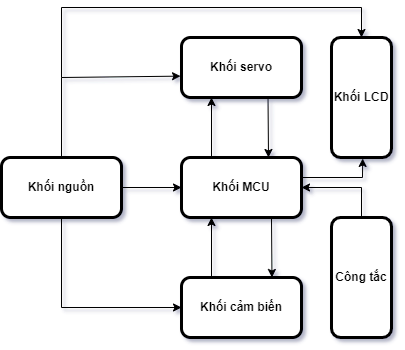
lequangthinhhaui/doAn2022 keeps this draw.io diagram as Nguyen_Van_Tra_2018605649/Quyen_bao_cao/draw_io/sodokhoi.drawio.png. Above is the earlier version. Source tidied: cells renumbered, new cells last; positions are measured from the earlier drawing's top-left corner, leaving out a move shared by most shapes. The source it was exported from:
```xml
<mxGraphModel>
  <root>
    <mxCell id="0" />
    <mxCell id="1" parent="0" />
    <mxCell id="2" value="Khối nguồn" style="rounded=1;whiteSpace=wrap;html=1;strokeWidth=3;fontStyle=1;" parent="1" vertex="1">
      <mxGeometry y="150" width="120" height="60" as="geometry" />
    </mxCell>
    <mxCell id="3" value="Khối servo" style="rounded=1;whiteSpace=wrap;html=1;strokeWidth=3;fontStyle=1;" parent="1" vertex="1">
      <mxGeometry x="180" y="30" width="120" height="60" as="geometry" />
    </mxCell>
    <mxCell id="4" value="Khối MCU" style="rounded=1;whiteSpace=wrap;html=1;strokeWidth=3;fontStyle=1;" parent="1" vertex="1">
      <mxGeometry x="180" y="150" width="120" height="60" as="geometry" />
    </mxCell>
    <mxCell id="5" value="Khối cảm biến" style="rounded=1;whiteSpace=wrap;html=1;strokeWidth=3;fontStyle=1;" parent="1" vertex="1">
      <mxGeometry x="180" y="270" width="120" height="60" as="geometry" />
    </mxCell>
    <mxCell id="6" style="endArrow=classic;html=1;rounded=0;entryX=0;entryY=0.5;entryDx=0;entryDy=0;" parent="1" edge="1" target="4">
      <mxGeometry relative="1" as="geometry">
        <mxPoint x="120" y="180" as="sourcePoint" />
      </mxGeometry>
    </mxCell>
    <mxCell id="7" style="endArrow=none;html=1;rounded=0;" parent="1" edge="1">
      <mxGeometry relative="1" as="geometry">
        <mxPoint x="60" y="300" as="sourcePoint" />
        <mxPoint x="60" y="210" as="targetPoint" />
      </mxGeometry>
    </mxCell>
    <mxCell id="8" style="endArrow=classic;html=1;rounded=0;entryX=0;entryY=0.5;entryDx=0;entryDy=0;" parent="1" edge="1" target="5">
      <mxGeometry relative="1" as="geometry">
        <mxPoint x="60" y="300" as="sourcePoint" />
      </mxGeometry>
    </mxCell>
    <mxCell id="9" style="endArrow=classic;html=1;rounded=0;entryX=-0.008;entryY=0.644;entryDx=0;entryDy=0;entryPerimeter=0;" parent="1" edge="1" target="3">
      <mxGeometry relative="1" as="geometry">
        <mxPoint x="60" y="70" as="sourcePoint" />
      </mxGeometry>
    </mxCell>
    <mxCell id="10" style="endArrow=none;html=1;rounded=0;" parent="1" edge="1">
      <mxGeometry relative="1" as="geometry">
        <mxPoint x="60" y="150" as="sourcePoint" />
        <mxPoint x="60" y="70" as="targetPoint" />
      </mxGeometry>
    </mxCell>
    <mxCell id="11" style="endArrow=classic;html=1;rounded=0;entryX=1;entryY=0.5;entryDx=0;entryDy=0;exitX=0;exitY=0.5;exitDx=0;exitDy=0;" parent="1" edge="1" target="4">
      <mxGeometry relative="1" as="geometry">
        <mxPoint x="360" y="210" as="sourcePoint" />
        <Array as="points">
          <mxPoint x="360" y="180" />
        </Array>
      </mxGeometry>
    </mxCell>
    <mxCell id="12" style="endArrow=classic;html=1;rounded=0;exitX=0.25;exitY=0;exitDx=0;exitDy=0;" parent="1" edge="1" source="4">
      <mxGeometry relative="1" as="geometry">
        <mxPoint x="210" y="90" as="targetPoint" />
      </mxGeometry>
    </mxCell>
    <mxCell id="13" style="endArrow=classic;html=1;rounded=0;exitX=0.721;exitY=1.013;exitDx=0;exitDy=0;exitPerimeter=0;" parent="1" edge="1" source="3">
      <mxGeometry relative="1" as="geometry">
        <mxPoint x="267" y="150" as="targetPoint" />
      </mxGeometry>
    </mxCell>
    <mxCell id="14" style="endArrow=classic;html=1;rounded=0;exitX=0.25;exitY=0;exitDx=0;exitDy=0;" parent="1" edge="1">
      <mxGeometry relative="1" as="geometry">
        <mxPoint x="210" y="270" as="sourcePoint" />
        <mxPoint x="210" y="210" as="targetPoint" />
      </mxGeometry>
    </mxCell>
    <mxCell id="15" style="endArrow=classic;html=1;rounded=0;exitX=0.721;exitY=1.013;exitDx=0;exitDy=0;exitPerimeter=0;" parent="1" edge="1">
      <mxGeometry relative="1" as="geometry">
        <mxPoint x="270" y="210.8" as="sourcePoint" />
        <mxPoint x="270.5" y="270" as="targetPoint" />
      </mxGeometry>
    </mxCell>
    <mxCell id="16" value="Khối LCD" style="rounded=1;whiteSpace=wrap;html=1;strokeWidth=3;fontStyle=1;direction=south;" parent="1" vertex="1">
      <mxGeometry x="330" y="30" width="60" height="120" as="geometry" />
    </mxCell>
    <mxCell id="17" style="endArrow=classic;html=1;rounded=0;entryX=1.008;entryY=0.48;entryDx=0;entryDy=0;entryPerimeter=0;" parent="1" edge="1" target="16">
      <mxGeometry relative="1" as="geometry">
        <mxPoint x="300" y="170" as="sourcePoint" />
        <Array as="points">
          <mxPoint x="361" y="170" />
        </Array>
      </mxGeometry>
    </mxCell>
    <mxCell id="18" style="endArrow=classic;html=1;rounded=0;entryX=0;entryY=0.5;entryDx=0;entryDy=0;" parent="1" edge="1" target="16">
      <mxGeometry relative="1" as="geometry">
        <mxPoint x="60" y="70" as="sourcePoint" />
        <Array as="points">
          <mxPoint x="60" />
          <mxPoint x="360" />
        </Array>
      </mxGeometry>
    </mxCell>
    <mxCell id="19" value="Công tắc" style="rounded=1;whiteSpace=wrap;html=1;strokeWidth=3;fontStyle=1;direction=south;" parent="1" vertex="1">
      <mxGeometry x="330" y="210" width="60" height="120" as="geometry" />
    </mxCell>
  </root>
</mxGraphModel>
```
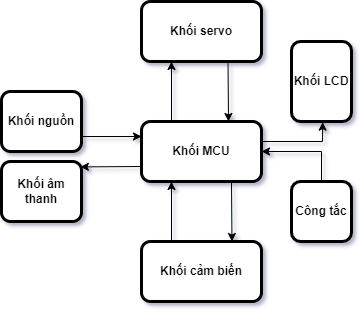
Above is the later version.

Change to the diagram source:
```diff
@@ -3,7 +3,7 @@
     <mxCell id="0" />
     <mxCell id="1" parent="0" />
     <mxCell id="2" value="Khối nguồn" style="rounded=1;whiteSpace=wrap;html=1;strokeWidth=3;fontStyle=1;" parent="1" vertex="1">
-      <mxGeometry y="150" width="120" height="60" as="geometry" />
+      <mxGeometry x="40" y="120" width="80" height="60" as="geometry" />
     </mxCell>
     <mxCell id="3" value="Khối servo" style="rounded=1;whiteSpace=wrap;html=1;strokeWidth=3;fontStyle=1;" parent="1" vertex="1">
       <mxGeometry x="180" y="30" width="120" height="60" as="geometry" />
@@ -14,33 +14,11 @@
     <mxCell id="5" value="Khối cảm biến" style="rounded=1;whiteSpace=wrap;html=1;strokeWidth=3;fontStyle=1;" parent="1" vertex="1">
       <mxGeometry x="180" y="270" width="120" height="60" as="geometry" />
     </mxCell>
-    <mxCell id="6" style="endArrow=classic;html=1;rounded=0;entryX=0;entryY=0.5;entryDx=0;entryDy=0;" parent="1" edge="1" target="4">
+    <mxCell id="6" style="endArrow=classic;html=1;rounded=0;entryX=0;entryY=0.25;entryDx=0;entryDy=0;" parent="1" edge="1" target="4">
       <mxGeometry relative="1" as="geometry">
-        <mxPoint x="120" y="180" as="sourcePoint" />
+        <mxPoint x="120" y="165" as="sourcePoint" />
       </mxGeometry>
     </mxCell>
-    <mxCell id="7" style="endArrow=none;html=1;rounded=0;" parent="1" edge="1">
-      <mxGeometry relative="1" as="geometry">
-        <mxPoint x="60" y="300" as="sourcePoint" />
-        <mxPoint x="60" y="210" as="targetPoint" />
-      </mxGeometry>
-    </mxCell>
-    <mxCell id="8" style="endArrow=classic;html=1;rounded=0;entryX=0;entryY=0.5;entryDx=0;entryDy=0;" parent="1" edge="1" target="5">
-      <mxGeometry relative="1" as="geometry">
-        <mxPoint x="60" y="300" as="sourcePoint" />
-      </mxGeometry>
-    </mxCell>
-    <mxCell id="9" style="endArrow=classic;html=1;rounded=0;entryX=-0.008;entryY=0.644;entryDx=0;entryDy=0;entryPerimeter=0;" parent="1" edge="1" target="3">
-      <mxGeometry relative="1" as="geometry">
-        <mxPoint x="60" y="70" as="sourcePoint" />
-      </mxGeometry>
-    </mxCell>
-    <mxCell id="10" style="endArrow=none;html=1;rounded=0;" parent="1" edge="1">
-      <mxGeometry relative="1" as="geometry">
-        <mxPoint x="60" y="150" as="sourcePoint" />
-        <mxPoint x="60" y="70" as="targetPoint" />
-      </mxGeometry>
-    </mxCell>
     <mxCell id="11" style="endArrow=classic;html=1;rounded=0;entryX=1;entryY=0.5;entryDx=0;entryDy=0;exitX=0;exitY=0.5;exitDx=0;exitDy=0;" parent="1" edge="1" target="4">
       <mxGeometry relative="1" as="geometry">
         <mxPoint x="360" y="210" as="sourcePoint" />
@@ -72,7 +50,7 @@
       </mxGeometry>
     </mxCell>
     <mxCell id="16" value="Khối LCD" style="rounded=1;whiteSpace=wrap;html=1;strokeWidth=3;fontStyle=1;direction=south;" parent="1" vertex="1">
-      <mxGeometry x="330" y="30" width="60" height="120" as="geometry" />
+      <mxGeometry x="330" y="70" width="60" height="80" as="geometry" />
     </mxCell>
     <mxCell id="17" style="endArrow=classic;html=1;rounded=0;entryX=1.008;entryY=0.48;entryDx=0;entryDy=0;entryPerimeter=0;" parent="1" edge="1" target="16">
       <mxGeometry relative="1" as="geometry">
@@ -82,17 +60,14 @@
         </Array>
       </mxGeometry>
     </mxCell>
-    <mxCell id="18" style="endArrow=classic;html=1;rounded=0;entryX=0;entryY=0.5;entryDx=0;entryDy=0;" parent="1" edge="1" target="16">
-      <mxGeometry relative="1" as="geometry">
-        <mxPoint x="60" y="70" as="sourcePoint" />
-        <Array as="points">
-          <mxPoint x="60" />
-          <mxPoint x="360" />
-        </Array>
-      </mxGeometry>
-    </mxCell>
     <mxCell id="19" value="Công tắc" style="rounded=1;whiteSpace=wrap;html=1;strokeWidth=3;fontStyle=1;direction=south;" parent="1" vertex="1">
-      <mxGeometry x="330" y="210" width="60" height="120" as="geometry" />
+      <mxGeometry x="330" y="210" width="60" height="60" as="geometry" />
     </mxCell>
+    <mxCell id="20" value="Khối âm thanh" style="rounded=1;whiteSpace=wrap;html=1;strokeWidth=3;fontStyle=1;" parent="1" vertex="1">
+      <mxGeometry x="40" y="190" width="80" height="60" as="geometry" />
+    </mxCell>
+    <mxCell id="21" style="endArrow=classic;html=1;rounded=0;exitX=0;exitY=0.75;exitDx=0;exitDy=0;entryX=0.986;entryY=0.09;entryDx=0;entryDy=0;entryPerimeter=0;" parent="1" edge="1" source="4" target="20">
+      <mxGeometry relative="1" as="geometry" />
+    </mxCell>
   </root>
 </mxGraphModel>
```
